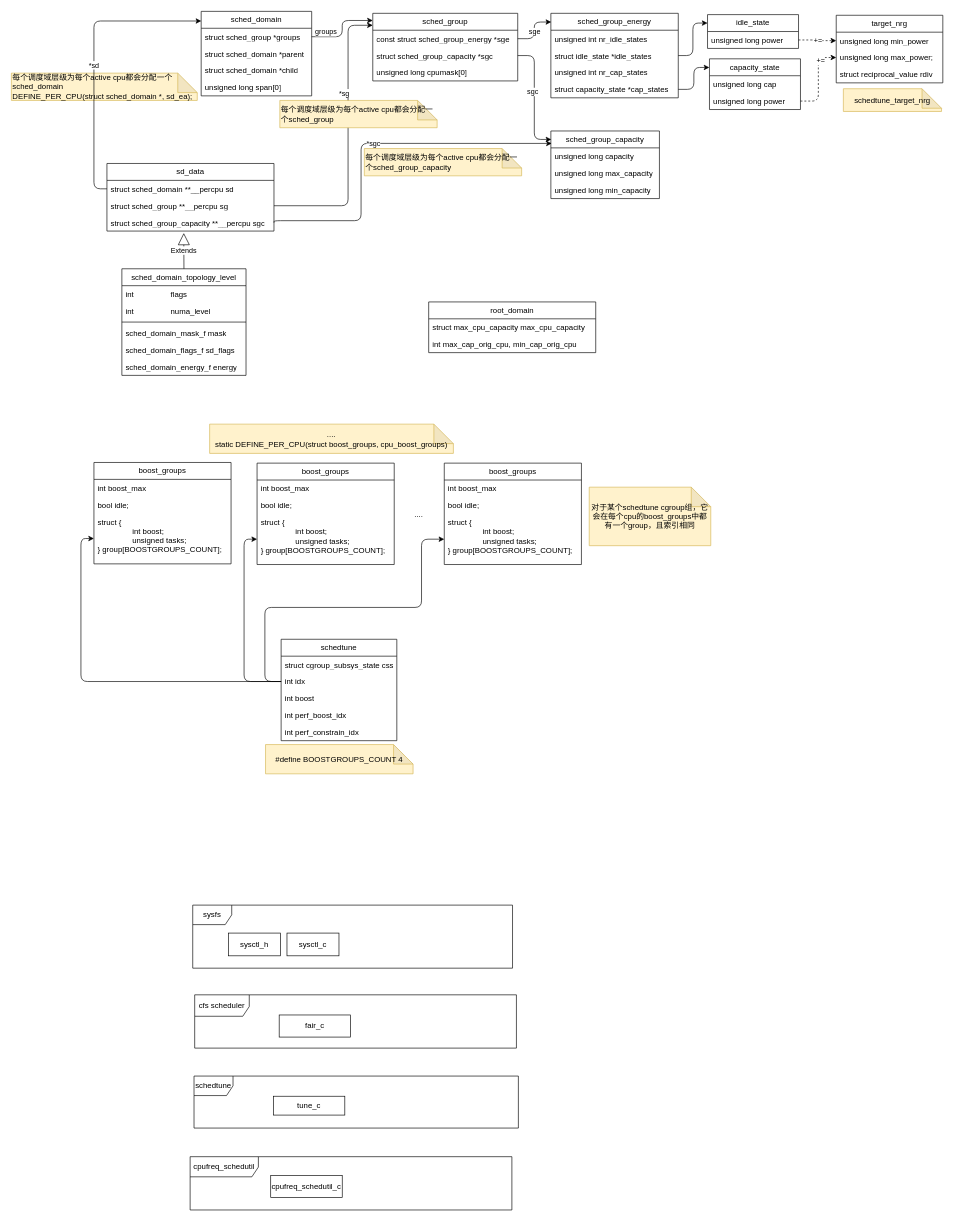
jasonactions/graph keeps this draw.io diagram as schedtune.drawio. Above is the earlier version. Source tidied: cells renumbered, new cells numbered last; positions are measured from the earlier drawing's top-left corner, leaving out a move shared by most shapes. Both pictures are drawn from the tidied source at 65%, with x=0, y=0 at pixel (11, 11).
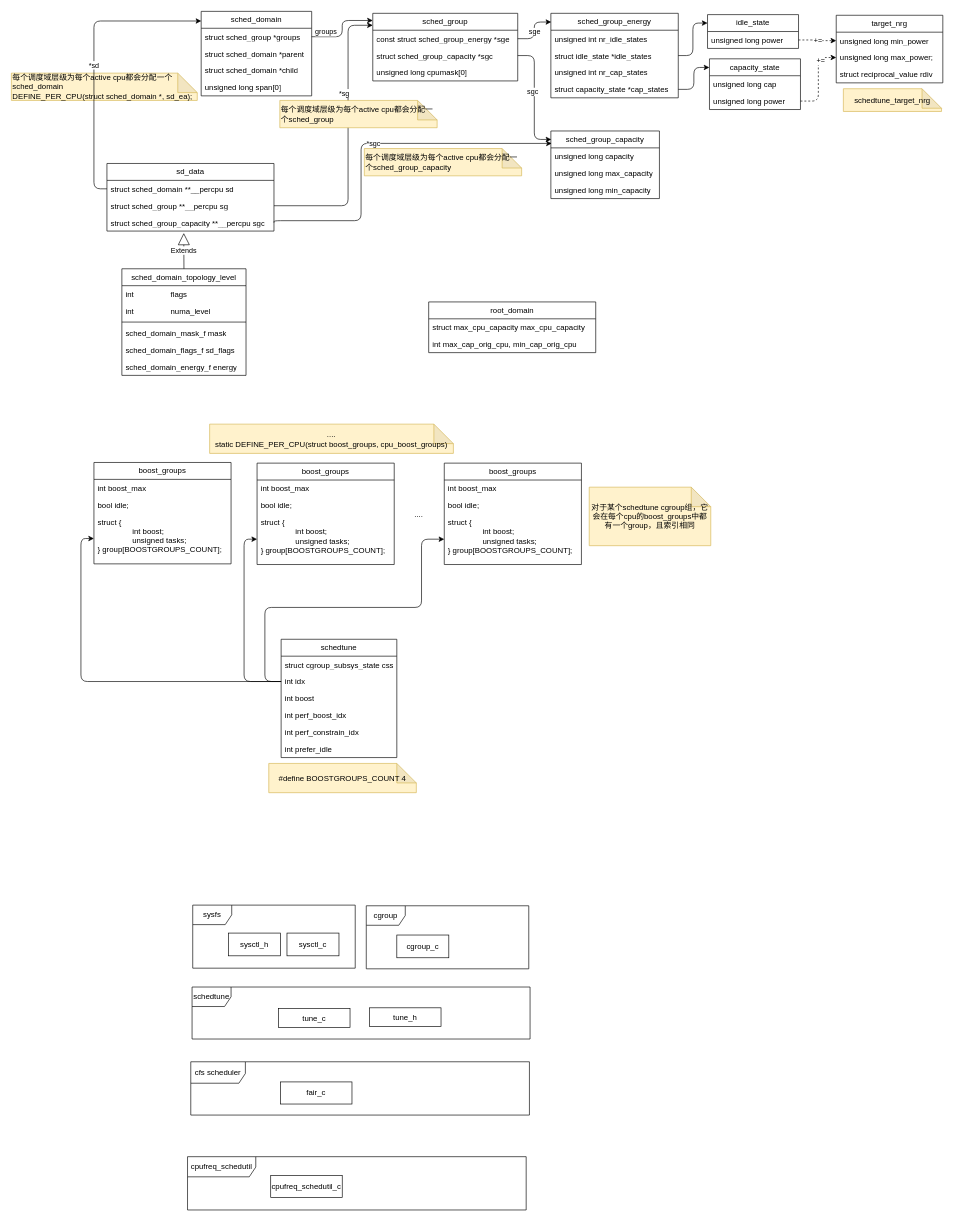
Above is the later version.

Change to the diagram source:
```diff
@@
     <mxCell id="21" value="schedtune" style="swimlane;fontStyle=0;horizontal=1;startSize=26;fillColor=none;whiteSpace=wrap;html=1;" parent="1" vertex="1">
-      <mxGeometry x="415" y="966" width="178" height="156" as="geometry" />
+      <mxGeometry x="415" y="966" width="178" height="182" as="geometry" />
     </mxCell>
@@
+    <mxCell id="100" value="int prefer_idle" style="text;strokeColor=none;fillColor=none;align=left;verticalAlign=top;spacingLeft=4;spacingRight=4;overflow=hidden;whiteSpace=wrap;html=1;" parent="21" vertex="1">
+      <mxGeometry y="156" width="178" height="26" as="geometry" />
+    </mxCell>
@@
     <mxCell id="85" value="&lt;div&gt;#define BOOSTGROUPS_COUNT 4&lt;br&gt;&lt;/div&gt;" style="shape=note;whiteSpace=wrap;html=1;backgroundOutline=1;darkOpacity=0.05;fillColor=#fff2cc;strokeColor=#d6b656;" parent="1" vertex="1">
-      <mxGeometry x="391" y="1128" width="227" height="45" as="geometry" />
+      <mxGeometry x="396" y="1157" width="227" height="45" as="geometry" />
     </mxCell>
@@
     <mxCell id="91" value="sysfs" style="shape=umlFrame;whiteSpace=wrap;html=1;" parent="1" vertex="1">
-      <mxGeometry x="279" y="1375" width="492" height="97" as="geometry" />
+      <mxGeometry x="279" y="1375" width="250" height="97" as="geometry" />
     </mxCell>
     <mxCell id="92" value="tune_c" style="html=1;whiteSpace=wrap;" parent="1" vertex="1">
-      <mxGeometry x="403" y="1669" width="110" height="29" as="geometry" />
+      <mxGeometry x="411" y="1534" width="110" height="29" as="geometry" />
     </mxCell>
     <mxCell id="93" value="schedtune" style="shape=umlFrame;whiteSpace=wrap;html=1;" parent="1" vertex="1">
-      <mxGeometry x="281" y="1638" width="499" height="80" as="geometry" />
+      <mxGeometry x="278" y="1501" width="520" height="80" as="geometry" />
     </mxCell>
@@
     <mxCell id="95" value="cfs scheduler" style="shape=umlFrame;whiteSpace=wrap;html=1;width=84;height=33;" parent="1" vertex="1">
-      <mxGeometry x="282" y="1513" width="495" height="82" as="geometry" />
+      <mxGeometry x="276" y="1616" width="521" height="82" as="geometry" />
     </mxCell>
     <mxCell id="96" value="fair_c" style="html=1;whiteSpace=wrap;" parent="1" vertex="1">
-      <mxGeometry x="412" y="1544" width="110" height="34" as="geometry" />
+      <mxGeometry x="414" y="1647" width="110" height="34" as="geometry" />
     </mxCell>
@@
     <mxCell id="98" value="cpufreq_schedutil" style="shape=umlFrame;whiteSpace=wrap;html=1;width=105;height=31;" parent="1" vertex="1">
-      <mxGeometry x="275" y="1762" width="495" height="82" as="geometry" />
+      <mxGeometry x="271" y="1762" width="521" height="82" as="geometry" />
     </mxCell>
@@
+    <mxCell id="101" value="cgroup" style="shape=umlFrame;whiteSpace=wrap;html=1;" parent="1" vertex="1">
+      <mxGeometry x="546" y="1376" width="250" height="97" as="geometry" />
+    </mxCell>
+    <mxCell id="102" value="tune_h" style="html=1;whiteSpace=wrap;" parent="1" vertex="1">
+      <mxGeometry x="551" y="1533" width="110" height="29" as="geometry" />
+    </mxCell>
+    <mxCell id="103" value="cgroup_c" style="rounded=0;whiteSpace=wrap;html=1;" parent="1" vertex="1">
+      <mxGeometry x="593" y="1421" width="80" height="35" as="geometry" />
+    </mxCell>
```
